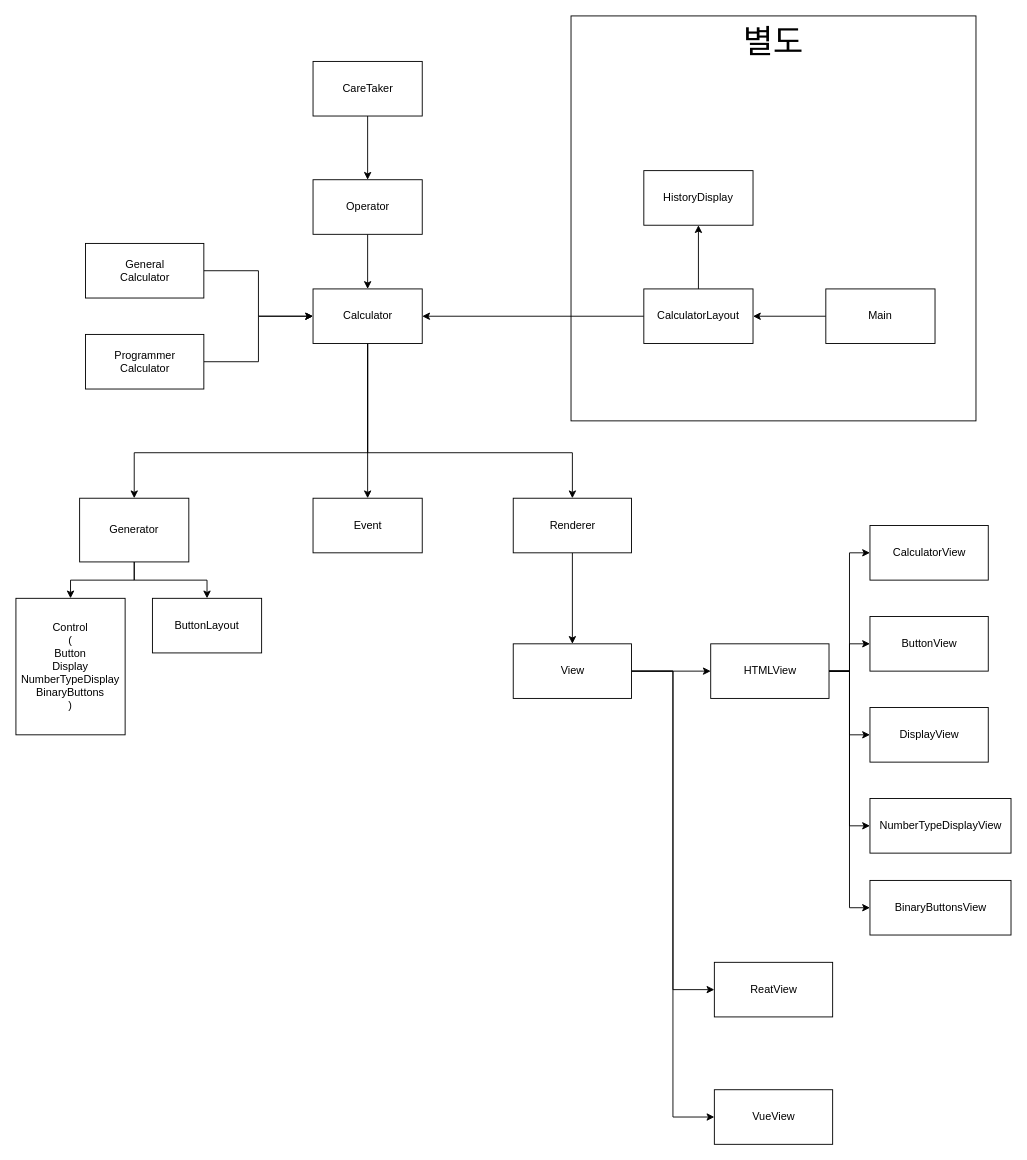
Above: newCalculator/draw/Calculator.drawio in sun202x/project1 (draw.io), before the change. Source tidied: cells renumbered, new cells numbered last; positions are measured from the earlier drawing's top-left corner, leaving out a move shared by most shapes. Both pictures are drawn from the tidied source at 91%, with x=0, y=0 at pixel (15, 15).
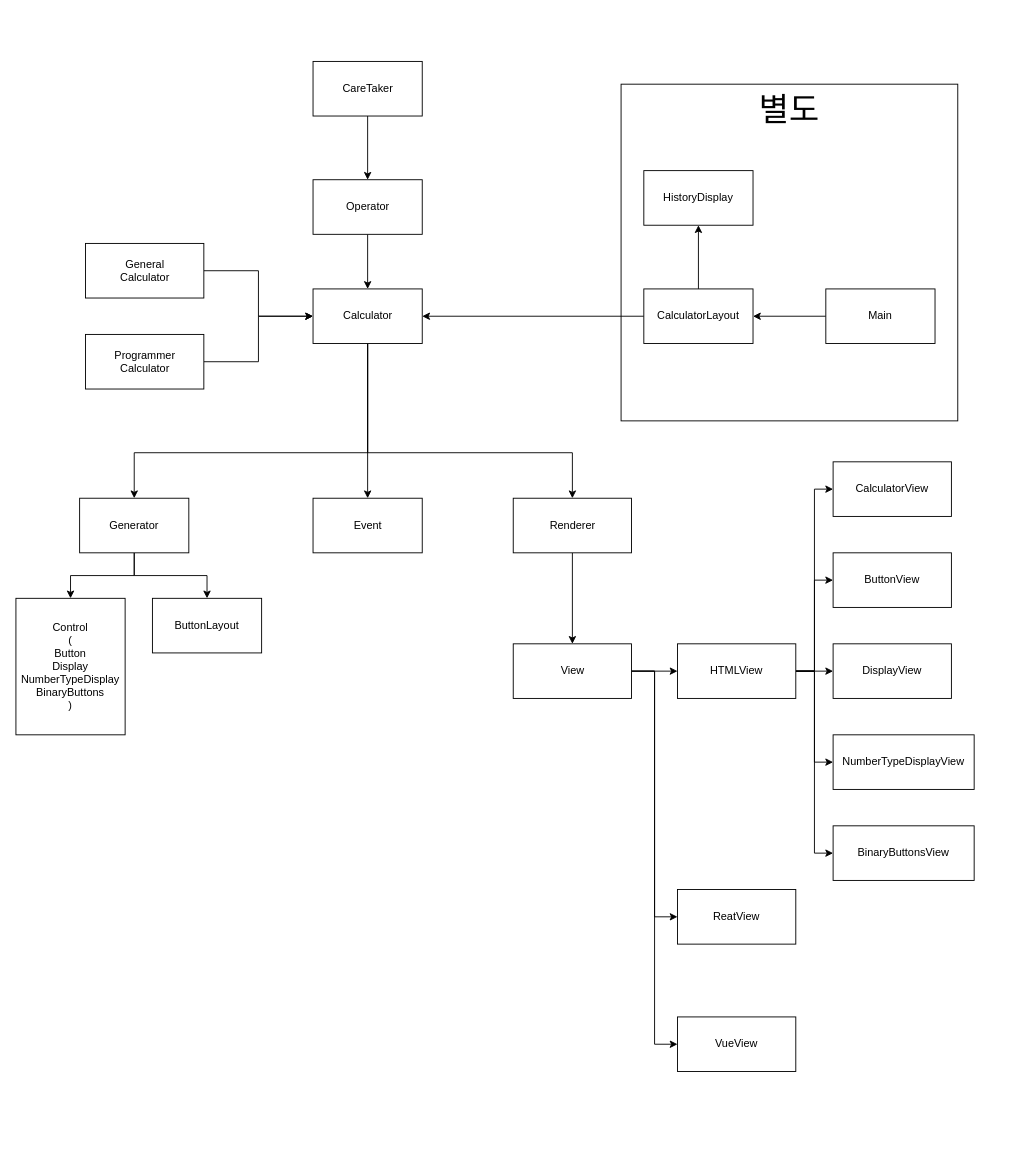
The same diagram, later.

Commit message:
UML다이어그램 수정

The change refers to these unchanged cells:
```xml
<mxCell id="40" value="View" style="rounded=0;whiteSpace=wrap;html=1;" parent="1" vertex="1">
  <mxGeometry x="546.5" y="690" width="130" height="60" as="geometry" />
</mxCell>
```

Diff of the diagram source:
```diff
@@
     <mxCell id="2" value="&lt;font style=&quot;font-size: 36px&quot;&gt;별도&lt;/font&gt;" style="whiteSpace=wrap;html=1;horizontal=1;verticalAlign=top;" parent="1" vertex="1">
-      <mxGeometry x="610" width="445" height="445" as="geometry" />
+      <mxGeometry x="665" y="75" width="370" height="370" as="geometry" />
     </mxCell>
@@
     <mxCell id="25" value="HTMLView" style="rounded=0;whiteSpace=wrap;html=1;" parent="1" vertex="1">
-      <mxGeometry x="763.5" y="690" width="130" height="60" as="geometry" />
+      <mxGeometry x="727" y="690" width="130" height="60" as="geometry" />
     </mxCell>
@@
     <mxCell id="30" value="Generator" style="rounded=0;whiteSpace=wrap;html=1;" parent="1" vertex="1">
-      <mxGeometry x="70" y="530" width="120" height="70" as="geometry" />
+      <mxGeometry x="70" y="530" width="120" height="60" as="geometry" />
     </mxCell>
@@
     <mxCell id="33" value="ButtonView" style="rounded=0;whiteSpace=wrap;html=1;" parent="1" vertex="1">
-      <mxGeometry x="938.5" y="660" width="130" height="60" as="geometry" />
+      <mxGeometry x="898" y="590" width="130" height="60" as="geometry" />
     </mxCell>
     <mxCell id="34" value="DisplayView" style="rounded=0;whiteSpace=wrap;html=1;" parent="1" vertex="1">
-      <mxGeometry x="938.5" y="760" width="130" height="60" as="geometry" />
+      <mxGeometry x="898" y="690" width="130" height="60" as="geometry" />
     </mxCell>
     <mxCell id="35" value="NumberTypeDisplayView" style="rounded=0;whiteSpace=wrap;html=1;" parent="1" vertex="1">
-      <mxGeometry x="938.5" y="860" width="155" height="60" as="geometry" />
+      <mxGeometry x="898" y="790" width="155" height="60" as="geometry" />
     </mxCell>
     <mxCell id="36" value="BinaryButtonsView" style="rounded=0;whiteSpace=wrap;html=1;" parent="1" vertex="1">
-      <mxGeometry x="938.5" y="950" width="155" height="60" as="geometry" />
+      <mxGeometry x="898" y="890" width="155" height="60" as="geometry" />
     </mxCell>
-    <mxCell id="37" style="edgeStyle=orthogonalEdgeStyle;rounded=0;jettySize=auto;html=1;exitX=1;exitY=0.5;exitDx=0;exitDy=0;entryX=0;entryY=0.5;entryDx=0;entryDy=0;" parent="1" edge="1" source="40">
-      <mxGeometry relative="1" as="geometry">
-        <mxPoint x="763.5" y="720" as="targetPoint" />
-      </mxGeometry>
-    </mxCell>
@@
     <mxCell id="39" style="edgeStyle=orthogonalEdgeStyle;rounded=0;jettySize=auto;html=1;exitX=1;exitY=0.5;exitDx=0;exitDy=0;entryX=0;entryY=0.5;entryDx=0;entryDy=0;" parent="1" edge="1" source="40" target="45">
-      <mxGeometry relative="1" as="geometry">
-        <Array as="points">
-          <mxPoint x="722" y="720" />
-          <mxPoint x="722" y="1210" />
-        </Array>
-      </mxGeometry>
+      <mxGeometry relative="1" as="geometry" />
     </mxCell>
+    <mxCell id="46" style="edgeStyle=orthogonalEdgeStyle;rounded=0;jettySize=auto;html=1;exitX=1;exitY=0.5;exitDx=0;exitDy=0;entryX=0;entryY=0.5;entryDx=0;entryDy=0;" parent="1" edge="1" source="40" target="25">
+      <mxGeometry relative="1" as="geometry" />
+    </mxCell>
@@
     <mxCell id="41" value="ReatView" style="rounded=0;whiteSpace=wrap;html=1;" parent="1" vertex="1">
-      <mxGeometry x="767.5" y="1040" width="130" height="60" as="geometry" />
+      <mxGeometry x="727" y="960" width="130" height="60" as="geometry" />
     </mxCell>
     <mxCell id="42" value="CalculatorView" style="rounded=0;whiteSpace=wrap;html=1;" parent="1" vertex="1">
-      <mxGeometry x="938.5" y="560" width="130" height="60" as="geometry" />
+      <mxGeometry x="898" y="490" width="130" height="60" as="geometry" />
     </mxCell>
@@
     <mxCell id="45" value="VueView" style="rounded=0;whiteSpace=wrap;html=1;" parent="1" vertex="1">
-      <mxGeometry x="767.5" y="1180" width="130" height="60" as="geometry" />
+      <mxGeometry x="727" y="1100" width="130" height="60" as="geometry" />
     </mxCell>
```
